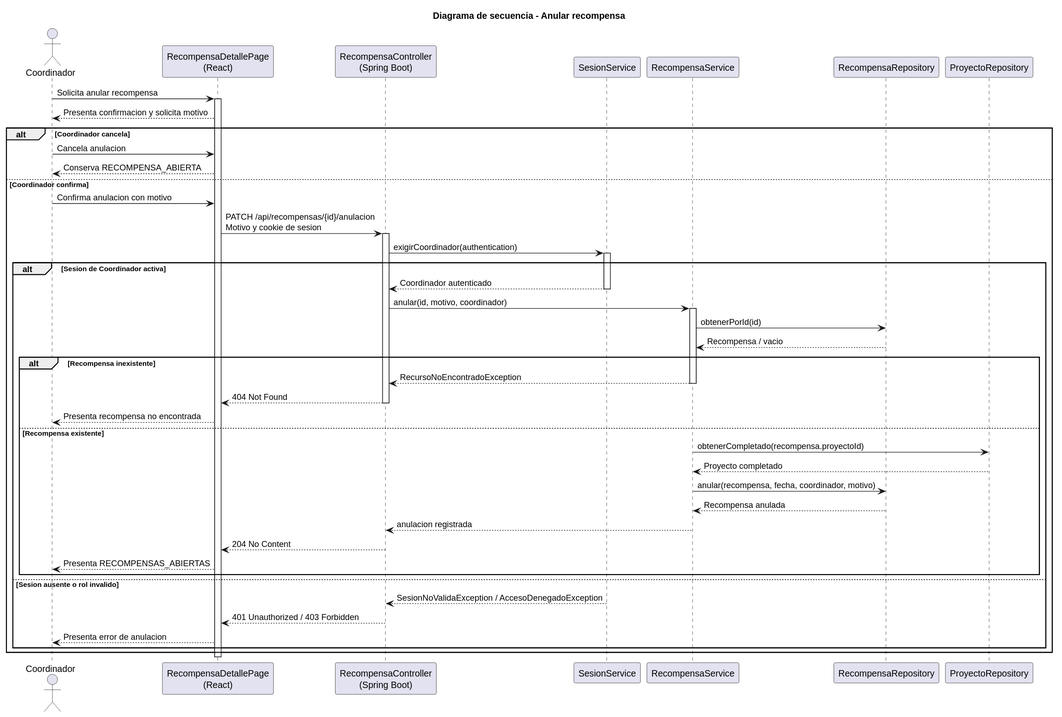
Above: images/RUP/02-diseño/casos-uso/coordinador/eliminarRecompensa/secuencia.svg in beatriizorozco/25-26-idsw2-sdVC (PlantUML), before the change.
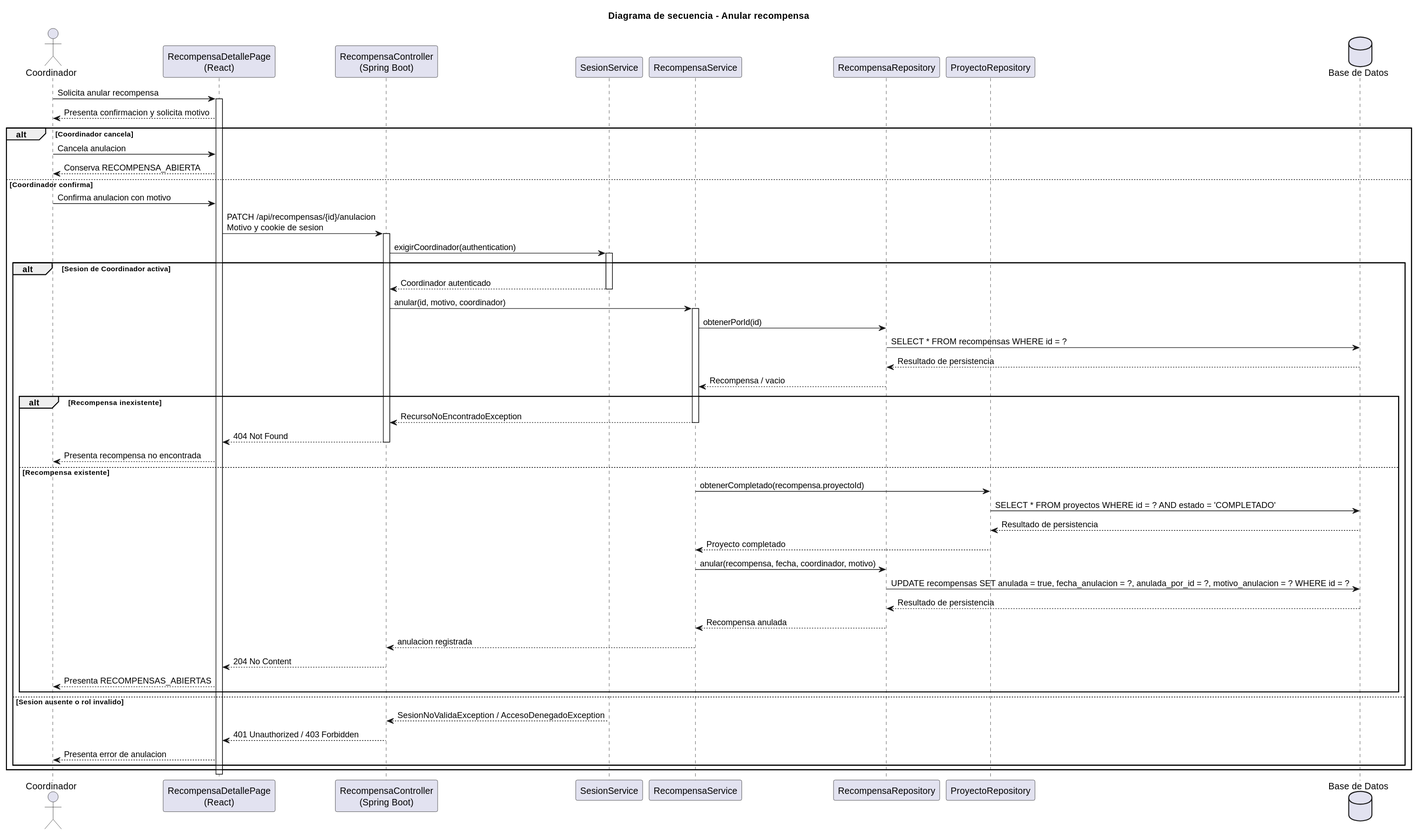
Later version of the same file.

Change to the diagram source:
```diff
@@ -8,6 +8,7 @@
 participant "RecompensaService" as Service
 participant "RecompensaRepository" as Repo
 participant "ProyectoRepository" as ProyectoRepo
+database "Base de Datos" as DB
 
 Coordinador -> Frontend: Solicita anular recompensa
 activate Frontend
@@ -27,6 +28,8 @@
         Api -> Service: anular(id, motivo, coordinador)
         activate Service
         Service -> Repo: obtenerPorId(id)
+        Repo -> DB: SELECT * FROM recompensas WHERE id = ?
+        DB --> Repo: Resultado de persistencia
         Repo --> Service: Recompensa / vacio
         alt Recompensa inexistente
             Service --> Api: RecursoNoEncontradoException
@@ -36,8 +39,12 @@
             Frontend --> Coordinador: Presenta recompensa no encontrada
         else Recompensa existente
             Service -> ProyectoRepo: obtenerCompletado(recompensa.proyectoId)
+            ProyectoRepo -> DB: SELECT * FROM proyectos WHERE id = ? AND estado = 'COMPLETADO'
+            DB --> ProyectoRepo: Resultado de persistencia
             ProyectoRepo --> Service: Proyecto completado
             Service -> Repo: anular(recompensa, fecha, coordinador, motivo)
+            Repo -> DB: UPDATE recompensas SET anulada = true, fecha_anulacion = ?, anulada_por_id = ?, motivo_anulacion = ? WHERE id = ?
+            DB --> Repo: Resultado de persistencia
             Repo --> Service: Recompensa anulada
             Service --> Api: anulacion registrada
             deactivate Service
```
